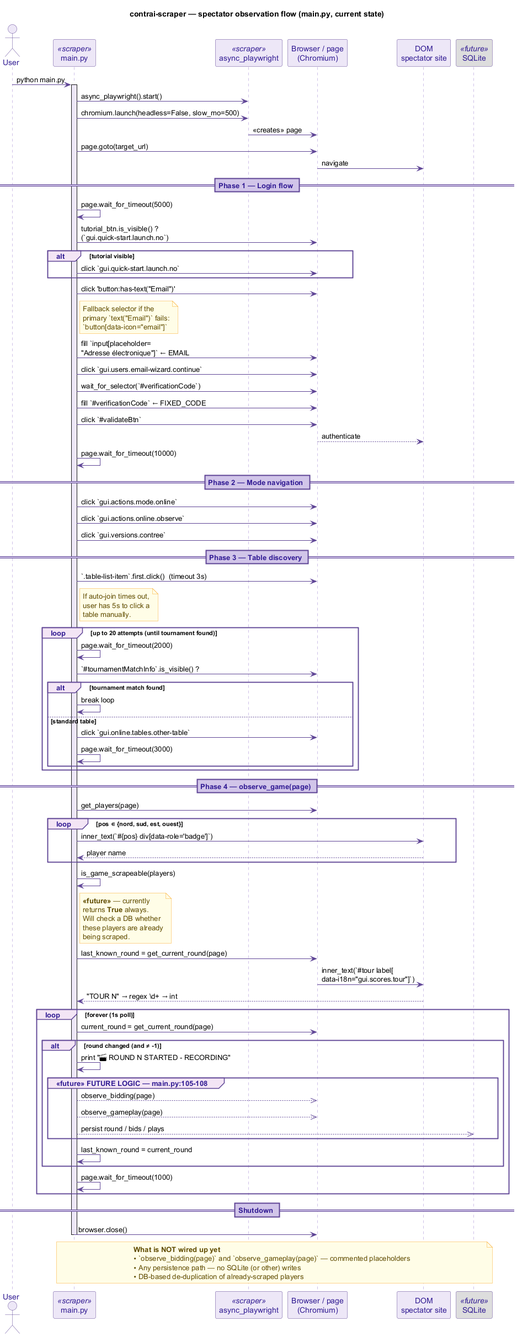
valmathieu/ContrAI keeps this PlantUML diagram as docs/diagrams/seq_scraper.png. Above is the earlier version.
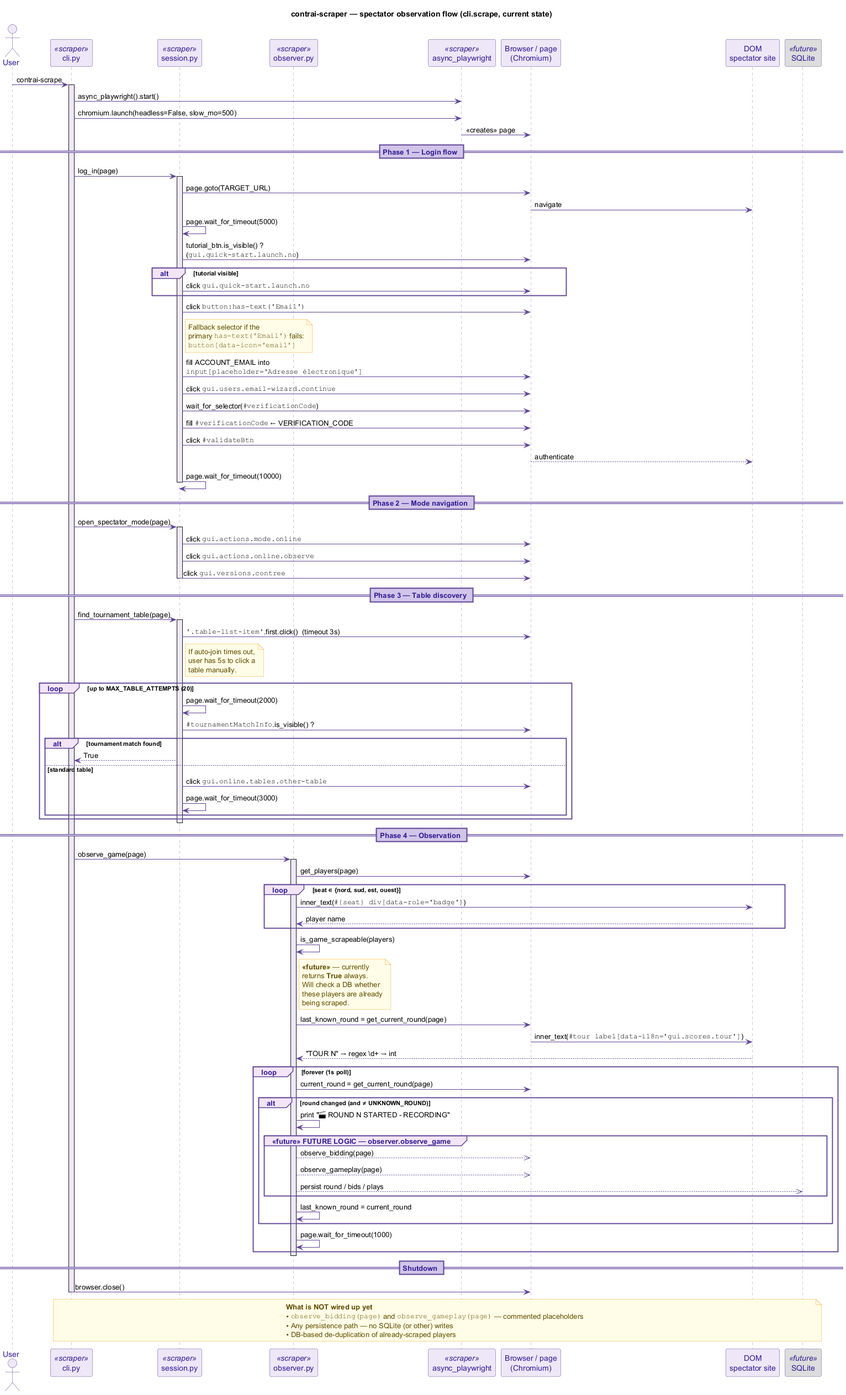
The same file after the commit.

The edit, as a diff of the source:
```diff
@@ -1,5 +1,5 @@
 @startuml seq_scraper
-title contrai-scraper — spectator observation flow (main.py, current state)
+title contrai-scraper — spectator observation flow (cli.scrape, current state)
 
 skinparam shadowing false
 skinparam sequence {
@@ -28,79 +28,94 @@
 }
 
 actor "User" as U
-participant "main.py" as M <<scraper>>
+participant "cli.py" as C <<scraper>>
+participant "session.py" as SE <<scraper>>
+participant "observer.py" as O <<scraper>>
 participant "async_playwright" as P <<scraper>>
 participant "Browser / page\n(Chromium)" as B
 participant "DOM\nspectator site" as D
 participant "SQLite" as S <<future>> #DDDDDD
 
-U -> M : python main.py
-activate M
+U -> C : contrai-scrape
+activate C
 
-M -> P : async_playwright().start()
-M -> P : chromium.launch(headless=False, slow_mo=500)
+C -> P : async_playwright().start()
+C -> P : chromium.launch(headless=False, slow_mo=500)
 P -> B : <<creates>> page
-M -> B : page.goto(target_url)
-B -> D : navigate
 
 == Phase 1 — Login flow ==
 
-M -> M : page.wait_for_timeout(5000)
-M -> B : tutorial_btn.is_visible() ?\n(`gui.quick-start.launch.no`)
+C -> SE : log_in(page)
+activate SE
+
+SE -> B : page.goto(TARGET_URL)
+B -> D : navigate
+SE -> SE : page.wait_for_timeout(5000)
+SE -> B : tutorial_btn.is_visible() ?\n(""gui.quick-start.launch.no"")
 alt tutorial visible
-    M -> B : click `gui.quick-start.launch.no`
+    SE -> B : click ""gui.quick-start.launch.no""
 end
 
-M -> B : click 'button:has-text("Email")'
-note right of M
+SE -> B : click ""button:has-text('Email')""
+note right of SE
   Fallback selector if the
-  primary `text("Email")` fails:
-  `button[data-icon="email"]`
+  primary ""has-text('Email')"" fails:
+  ""button[data-icon='email']""
 end note
-M -> B : fill `input[placeholder=\n"Adresse électronique"]` ← EMAIL
-M -> B : click `gui.users.email-wizard.continue`
-M -> B : wait_for_selector(`#verificationCode`)
-M -> B : fill `#verificationCode` ← FIXED_CODE
-M -> B : click `#validateBtn`
+SE -> B : fill ACCOUNT_EMAIL into\n""input[placeholder='Adresse électronique']""
+SE -> B : click ""gui.users.email-wizard.continue""
+SE -> B : wait_for_selector(""#verificationCode"")
+SE -> B : fill ""#verificationCode"" ← VERIFICATION_CODE
+SE -> B : click ""#validateBtn""
 B --> D : authenticate
-M -> M : page.wait_for_timeout(10000)
+SE -> SE : page.wait_for_timeout(10000)
+deactivate SE
 
 == Phase 2 — Mode navigation ==
 
-M -> B : click `gui.actions.mode.online`
-M -> B : click `gui.actions.online.observe`
-M -> B : click `gui.versions.contree`
+C -> SE : open_spectator_mode(page)
+activate SE
+SE -> B : click ""gui.actions.mode.online""
+SE -> B : click ""gui.actions.online.observe""
+SE -> B : click ""gui.versions.contree""
+deactivate SE
 
 == Phase 3 — Table discovery ==
 
-M -> B : `.table-list-item`.first.click()  (timeout 3s)
-note right of M
+C -> SE : find_tournament_table(page)
+activate SE
+SE -> B : ""'.table-list-item'"".first.click()  (timeout 3s)
+note right of SE
   If auto-join times out,
   user has 5s to click a
   table manually.
 end note
 
-loop up to 20 attempts (until tournament found)
-    M -> M : page.wait_for_timeout(2000)
-    M -> B : `#tournamentMatchInfo`.is_visible() ?
+loop up to MAX_TABLE_ATTEMPTS (20)
+    SE -> SE : page.wait_for_timeout(2000)
+    SE -> B : ""#tournamentMatchInfo"".is_visible() ?
     alt tournament match found
-        M -> M : break loop
+        SE --> C : True
     else standard table
-        M -> B : click `gui.online.tables.other-table`
-        M -> M : page.wait_for_timeout(3000)
+        SE -> B : click ""gui.online.tables.other-table""
+        SE -> SE : page.wait_for_timeout(3000)
     end
 end
+deactivate SE
 
-== Phase 4 — observe_game(page) ==
+== Phase 4 — Observation ==
 
-M -> B : get_players(page)
-loop pos ∈ {nord, sud, est, ouest}
-    M -> D : inner_text(`#{pos} div[data-role='badge']`)
-    D --> M : player name
+C -> O : observe_game(page)
+activate O
+
+O -> B : get_players(page)
+loop seat ∈ {nord, sud, est, ouest}
+    O -> D : inner_text(""#{seat} div[data-role='badge']"")
+    D --> O : player name
 end
 
-M -> M : is_game_scrapeable(players)
-note right of M
+O -> O : is_game_scrapeable(players)
+note right of O
   **<<future>>** — currently
   returns **True** always.
   Will check a DB whether
@@ -108,34 +123,35 @@
   being scraped.
 end note
 
-M -> B : last_known_round = get_current_round(page)
-B -> D : inner_text(`#tour label[\ndata-i18n="gui.scores.tour"]`)
-D --> M : "TOUR N" → regex \d+ → int
+O -> B : last_known_round = get_current_round(page)
+B -> D : inner_text(""#tour label[data-i18n='gui.scores.tour']"")
+D --> O : "TOUR N" → regex \d+ → int
 
 loop forever (1s poll)
-    M -> B : current_round = get_current_round(page)
-    alt round changed (and ≠ -1)
-        M -> M : print "🎬 ROUND N STARTED - RECORDING"
+    O -> B : current_round = get_current_round(page)
+    alt round changed (and ≠ UNKNOWN_ROUND)
+        O -> O : print "🎬 ROUND N STARTED - RECORDING"
 
-        group <<future>> FUTURE LOGIC — main.py:105-108
-            M -->> B : observe_bidding(page)
-            M -->> B : observe_gameplay(page)
-            M -->> S : persist round / bids / plays
+        group <<future>> FUTURE LOGIC — observer.observe_game
+            O -->> B : observe_bidding(page)
+            O -->> B : observe_gameplay(page)
+            O -->> S : persist round / bids / plays
         end
 
-        M -> M : last_known_round = current_round
+        O -> O : last_known_round = current_round
     end
-    M -> M : page.wait_for_timeout(1000)
+    O -> O : page.wait_for_timeout(1000)
 end
+deactivate O
 
 == Shutdown ==
 
-M -> B : browser.close()
-deactivate M
+C -> B : browser.close()
+deactivate C
 
-note over M, S
+note over C, S
   **What is NOT wired up yet**
-  • `observe_bidding(page)` and `observe_gameplay(page)` — commented placeholders
+  • ""observe_bidding(page)"" and ""observe_gameplay(page)"" — commented placeholders
   • Any persistence path — no SQLite (or other) writes
   • DB-based de-duplication of already-scraped players
 end note
```
